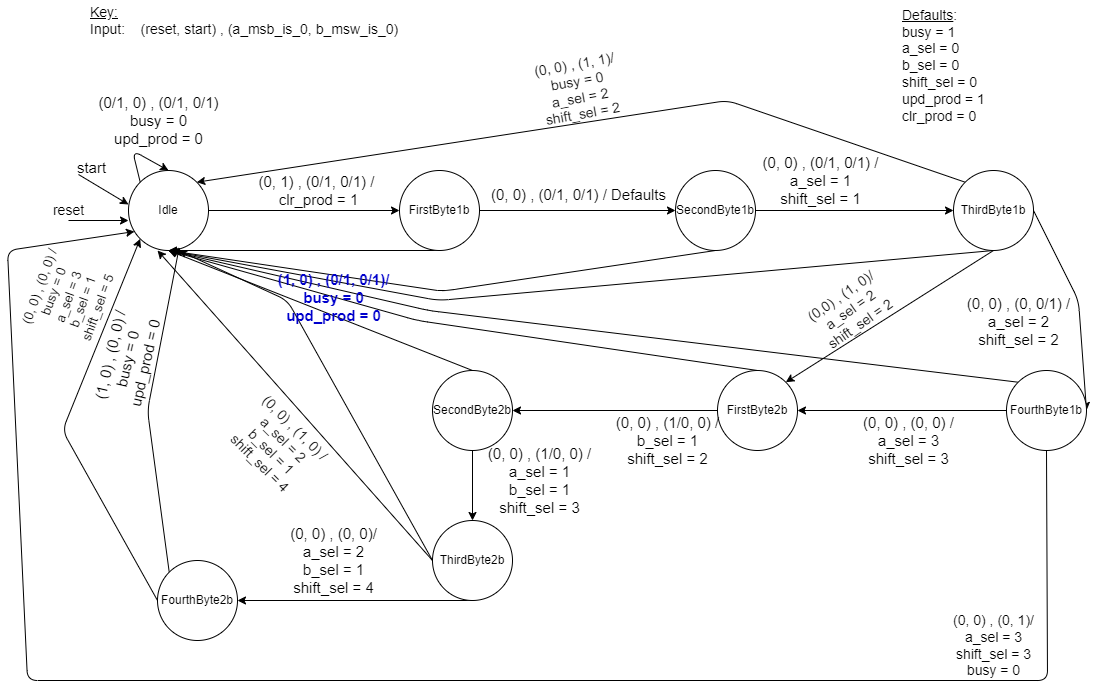
Earlier version of the draw.io export 2.2Diagram.png (s-griffith/DigitalSystemsSimulation2). Source tidied: cells renumbered, new cells last; positions are measured from the earlier drawing's top-left corner, leaving out a move shared by most shapes.
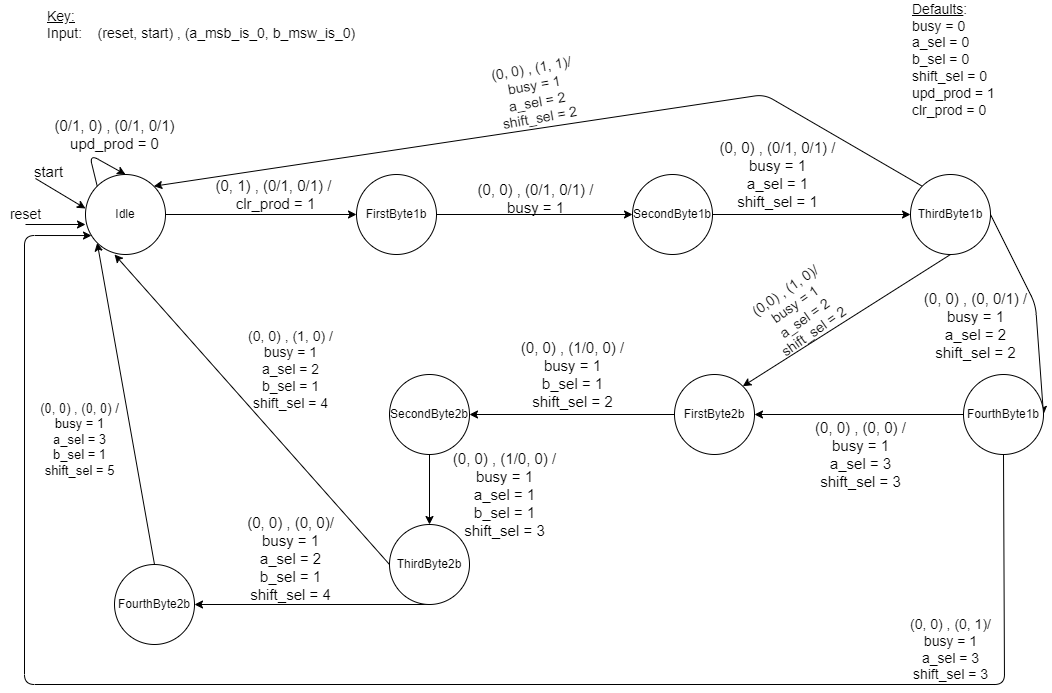
Above is the later version.

Change to the diagram source:
```diff
@@ -8,20 +8,12 @@
     <mxCell id="3" value="Idle" style="ellipse;whiteSpace=wrap;html=1;" parent="1" vertex="1">
       <mxGeometry x="121" y="170" width="80" height="80" as="geometry" />
     </mxCell>
-    <mxCell id="4" style="edgeStyle=none;html=1;exitX=0.5;exitY=1;exitDx=0;exitDy=0;entryX=0.5;entryY=1;entryDx=0;entryDy=0;" parent="1" edge="1" source="6" target="3">
-      <mxGeometry relative="1" as="geometry" />
-    </mxCell>
     <mxCell id="5" style="edgeStyle=none;html=1;exitX=1;exitY=0.5;exitDx=0;exitDy=0;entryX=0;entryY=0.5;entryDx=0;entryDy=0;" parent="1" edge="1" source="6" target="9">
       <mxGeometry relative="1" as="geometry" />
     </mxCell>
     <mxCell id="6" value="FirstByte1b" style="ellipse;whiteSpace=wrap;html=1;" parent="1" vertex="1">
       <mxGeometry x="392" y="170" width="80" height="80" as="geometry" />
     </mxCell>
-    <mxCell id="7" style="edgeStyle=none;html=1;exitX=0.5;exitY=1;exitDx=0;exitDy=0;entryX=0.5;entryY=1;entryDx=0;entryDy=0;startArrow=none;" parent="1" edge="1" target="3">
-      <mxGeometry relative="1" as="geometry">
-        <mxPoint x="430" y="290" as="sourcePoint" />
-      </mxGeometry>
-    </mxCell>
     <mxCell id="8" style="edgeStyle=none;html=1;exitX=1;exitY=0.5;exitDx=0;exitDy=0;entryX=0;entryY=0.5;entryDx=0;entryDy=0;" parent="1" edge="1" source="9" target="14">
       <mxGeometry relative="1" as="geometry" />
     </mxCell>
@@ -35,20 +27,13 @@
         </Array>
       </mxGeometry>
     </mxCell>
-    <mxCell id="11" style="edgeStyle=none;html=1;exitX=0.5;exitY=1;exitDx=0;exitDy=0;entryX=0.5;entryY=1;entryDx=0;entryDy=0;fontSize=15;fontColor=#0000CC;" parent="1" edge="1" source="14" target="3">
-      <mxGeometry relative="1" as="geometry">
-        <Array as="points">
-          <mxPoint x="431" y="300" />
-        </Array>
-      </mxGeometry>
-    </mxCell>
     <mxCell id="12" style="edgeStyle=none;html=1;exitX=0.5;exitY=1;exitDx=0;exitDy=0;entryX=1;entryY=0;entryDx=0;entryDy=0;" parent="1" edge="1" source="14" target="25">
       <mxGeometry relative="1" as="geometry" />
     </mxCell>
     <mxCell id="13" style="edgeStyle=none;html=1;exitX=0;exitY=0;exitDx=0;exitDy=0;entryX=1;entryY=0;entryDx=0;entryDy=0;" parent="1" edge="1" source="14" target="3">
       <mxGeometry relative="1" as="geometry">
         <Array as="points">
-          <mxPoint x="720" y="100" />
+          <mxPoint x="800" y="90" />
         </Array>
       </mxGeometry>
     </mxCell>
@@ -58,36 +43,18 @@
     <mxCell id="15" style="edgeStyle=none;html=1;exitX=0.5;exitY=1;exitDx=0;exitDy=0;" parent="1" edge="1" source="18" target="43">
       <mxGeometry relative="1" as="geometry" />
     </mxCell>
-    <mxCell id="16" style="edgeStyle=none;html=1;exitX=0;exitY=0.5;exitDx=0;exitDy=0;fontSize=15;fontColor=#0000CC;" parent="1" edge="1" source="18">
-      <mxGeometry relative="1" as="geometry">
-        <mxPoint x="171" y="250" as="targetPoint" />
-        <Array as="points">
-          <mxPoint x="280" y="300" />
-        </Array>
-      </mxGeometry>
-    </mxCell>
     <mxCell id="17" style="edgeStyle=none;html=1;exitX=0;exitY=0.5;exitDx=0;exitDy=0;entryX=0.363;entryY=1;entryDx=0;entryDy=0;entryPerimeter=0;" parent="1" edge="1" source="18" target="3">
       <mxGeometry relative="1" as="geometry" />
     </mxCell>
     <mxCell id="18" value="ThirdByte2b" style="ellipse;whiteSpace=wrap;html=1;" parent="1" vertex="1">
       <mxGeometry x="425" y="520" width="80" height="80" as="geometry" />
     </mxCell>
-    <mxCell id="19" style="edgeStyle=none;html=1;exitX=0.5;exitY=0;exitDx=0;exitDy=0;entryX=0.5;entryY=1;entryDx=0;entryDy=0;" parent="1" edge="1" source="21" target="3">
-      <mxGeometry relative="1" as="geometry" />
-    </mxCell>
     <mxCell id="20" style="edgeStyle=none;html=1;exitX=0.5;exitY=1;exitDx=0;exitDy=0;entryX=0.5;entryY=0;entryDx=0;entryDy=0;" parent="1" edge="1" source="21" target="18">
       <mxGeometry relative="1" as="geometry" />
     </mxCell>
     <mxCell id="21" value="SecondByte2b" style="ellipse;whiteSpace=wrap;html=1;" parent="1" vertex="1">
       <mxGeometry x="425" y="370" width="80" height="80" as="geometry" />
     </mxCell>
-    <mxCell id="22" style="edgeStyle=none;html=1;exitX=0.5;exitY=0;exitDx=0;exitDy=0;entryX=0.5;entryY=1;entryDx=0;entryDy=0;" parent="1" edge="1" source="25" target="3">
-      <mxGeometry relative="1" as="geometry">
-        <Array as="points">
-          <mxPoint x="410" y="320" />
-        </Array>
-      </mxGeometry>
-    </mxCell>
     <mxCell id="23" style="edgeStyle=none;html=1;exitX=0;exitY=0.5;exitDx=0;exitDy=0;entryX=1;entryY=0.5;entryDx=0;entryDy=0;" parent="1" edge="1" source="25" target="21">
       <mxGeometry relative="1" as="geometry" />
     </mxCell>
@@ -95,8 +62,8 @@
       <mxGeometry relative="1" as="geometry">
         <Array as="points">
           <mxPoint x="1040" y="680" />
-          <mxPoint x="20" y="680" />
-          <mxPoint y="250" />
+          <mxPoint x="60" y="680" />
+          <mxPoint x="60" y="231" />
         </Array>
       </mxGeometry>
     </mxCell>
@@ -119,82 +86,50 @@
         </Array>
       </mxGeometry>
     </mxCell>
-    <mxCell id="29" value="(0/1, 0) , (0/1, 0/1)&lt;br&gt;busy = 0&lt;br&gt;upd_prod = 0" style="text;html=1;align=center;verticalAlign=middle;strokeColor=none;fillColor=none;fontSize=15;" parent="1" vertex="1">
-      <mxGeometry x="81" y="90" width="140" height="60" as="geometry" />
+    <mxCell id="29" value="(0/1, 0) , (0/1, 0/1)&lt;br&gt;upd_prod = 0" style="text;html=1;align=center;verticalAlign=middle;strokeColor=none;fillColor=none;fontSize=15;" parent="1" vertex="1">
+      <mxGeometry x="80" y="110" width="140" height="40" as="geometry" />
     </mxCell>
     <mxCell id="30" value="(0, 1) , (0/1, 0/1) /&amp;nbsp;&lt;br&gt;clr_prod = 1" style="text;html=1;align=center;verticalAlign=middle;strokeColor=none;fillColor=none;fontSize=15;" parent="1" vertex="1">
       <mxGeometry x="241" y="170" width="140" height="40" as="geometry" />
     </mxCell>
-    <mxCell id="31" value="(0, 0) , (0/1, 0/1) / Defaults" style="text;html=1;align=center;verticalAlign=middle;strokeColor=none;fillColor=none;fontSize=15;" parent="1" vertex="1">
-      <mxGeometry x="476" y="184" width="190" height="20" as="geometry" />
+    <mxCell id="31" value="(0, 0) , (0/1, 0/1) /&lt;br&gt;busy = 1" style="text;html=1;align=center;verticalAlign=middle;strokeColor=none;fillColor=none;fontSize=15;" parent="1" vertex="1">
+      <mxGeometry x="506" y="174" width="130" height="40" as="geometry" />
     </mxCell>
-    <mxCell id="32" value="(0, 0) , (0/1, 0/1) /&lt;br&gt;a_sel = 1&lt;br&gt;shift_sel = 1" style="text;html=1;align=center;verticalAlign=middle;strokeColor=none;fillColor=none;fontSize=15;" parent="1" vertex="1">
-      <mxGeometry x="748" y="150" width="130" height="60" as="geometry" />
+    <mxCell id="32" value="(0, 0) , (0/1, 0/1) /&lt;br&gt;busy = 1&lt;br&gt;a_sel = 1&lt;br&gt;shift_sel = 1" style="text;html=1;align=center;verticalAlign=middle;strokeColor=none;fillColor=none;fontSize=15;" parent="1" vertex="1">
+      <mxGeometry x="748" y="130" width="130" height="80" as="geometry" />
     </mxCell>
-    <mxCell id="33" style="edgeStyle=none;html=1;exitX=0.5;exitY=1;exitDx=0;exitDy=0;entryX=0.5;entryY=1;entryDx=0;entryDy=0;endArrow=none;" parent="1" edge="1" source="9">
-      <mxGeometry relative="1" as="geometry">
-        <mxPoint x="430" y="290" as="targetPoint" />
-        <Array as="points">
-          <mxPoint x="440" y="290" />
-        </Array>
-      </mxGeometry>
-    </mxCell>
     <mxCell id="34" style="edgeStyle=none;html=1;exitX=0;exitY=0.5;exitDx=0;exitDy=0;entryX=1;entryY=0.5;entryDx=0;entryDy=0;" parent="1" edge="1" source="36" target="25">
       <mxGeometry relative="1" as="geometry" />
     </mxCell>
-    <mxCell id="35" style="edgeStyle=none;html=1;exitX=0;exitY=0;exitDx=0;exitDy=0;entryX=0.5;entryY=1;entryDx=0;entryDy=0;fontSize=15;fontColor=#0000CC;" parent="1" edge="1" source="36" target="3">
-      <mxGeometry relative="1" as="geometry">
-        <Array as="points">
-          <mxPoint x="421" y="310" />
-        </Array>
-      </mxGeometry>
-    </mxCell>
     <mxCell id="36" value="FourthByte1b" style="ellipse;whiteSpace=wrap;html=1;" parent="1" vertex="1">
       <mxGeometry x="999" y="370" width="80" height="80" as="geometry" />
     </mxCell>
-    <mxCell id="37" value="(0, 0) , (0, 0/1) /&lt;br&gt;a_sel = 2&lt;br&gt;shift_sel = 2" style="text;html=1;align=center;verticalAlign=middle;strokeColor=none;fillColor=none;fontSize=15;" parent="1" vertex="1">
-      <mxGeometry x="951" y="291" width="120" height="60" as="geometry" />
+    <mxCell id="37" value="(0, 0) , (0, 0/1) /&lt;br&gt;busy = 1&lt;br&gt;a_sel = 2&lt;br&gt;shift_sel = 2" style="text;html=1;align=center;verticalAlign=middle;strokeColor=none;fillColor=none;fontSize=15;" parent="1" vertex="1">
+      <mxGeometry x="951" y="281" width="120" height="80" as="geometry" />
     </mxCell>
-    <mxCell id="38" value="(0, 0) , (0, 0) /&lt;br&gt;a_sel = 3&lt;br&gt;shift_sel = 3" style="text;html=1;align=center;verticalAlign=middle;strokeColor=none;fillColor=none;fontSize=15;" parent="1" vertex="1">
-      <mxGeometry x="846" y="410" width="110" height="60" as="geometry" />
+    <mxCell id="38" value="(0, 0) , (0, 0) /&lt;br&gt;busy = 1&lt;br&gt;a_sel = 3&lt;br&gt;shift_sel = 3" style="text;html=1;align=center;verticalAlign=middle;strokeColor=none;fillColor=none;fontSize=15;" parent="1" vertex="1">
+      <mxGeometry x="841" y="410" width="110" height="80" as="geometry" />
     </mxCell>
-    <mxCell id="39" value="(0, 0) , (1/0, 0) /&lt;br&gt;b_sel = 1&lt;br&gt;shift_sel = 2" style="text;html=1;align=center;verticalAlign=middle;strokeColor=none;fillColor=none;fontSize=15;" parent="1" vertex="1">
-      <mxGeometry x="600" y="410" width="120" height="60" as="geometry" />
+    <mxCell id="39" value="(0, 0) , (1/0, 0) /&lt;br&gt;busy = 1&lt;br&gt;b_sel = 1&lt;br&gt;shift_sel = 2" style="text;html=1;align=center;verticalAlign=middle;strokeColor=none;fillColor=none;fontSize=15;" parent="1" vertex="1">
+      <mxGeometry x="548" y="330" width="120" height="80" as="geometry" />
     </mxCell>
-    <mxCell id="40" value="(0, 0) , (1/0, 0) /&lt;br&gt;a_sel = 1&lt;br&gt;b_sel = 1&lt;br&gt;shift_sel = 3" style="text;html=1;align=center;verticalAlign=middle;strokeColor=none;fillColor=none;fontSize=15;" parent="1" vertex="1">
-      <mxGeometry x="472" y="440" width="120" height="80" as="geometry" />
+    <mxCell id="40" value="(0, 0) , (1/0, 0) /&lt;br&gt;busy = 1&lt;br&gt;a_sel = 1&lt;br&gt;b_sel = 1&lt;br&gt;shift_sel = 3" style="text;html=1;align=center;verticalAlign=middle;strokeColor=none;fillColor=none;fontSize=15;" parent="1" vertex="1">
+      <mxGeometry x="480" y="440" width="120" height="100" as="geometry" />
     </mxCell>
-    <mxCell id="41" style="edgeStyle=none;html=1;exitX=0;exitY=0;exitDx=0;exitDy=0;entryX=0.635;entryY=0.957;entryDx=0;entryDy=0;entryPerimeter=0;" parent="1" edge="1" source="43" target="3">
-      <mxGeometry relative="1" as="geometry">
-        <Array as="points">
-          <mxPoint x="140" y="410" />
-        </Array>
-      </mxGeometry>
-    </mxCell>
-    <mxCell id="42" style="edgeStyle=none;html=1;exitX=0;exitY=0.5;exitDx=0;exitDy=0;entryX=0;entryY=1;entryDx=0;entryDy=0;" parent="1" edge="1" source="43" target="3">
-      <mxGeometry relative="1" as="geometry">
-        <Array as="points">
-          <mxPoint x="55" y="430" />
-        </Array>
-      </mxGeometry>
+    <mxCell id="42" style="edgeStyle=none;html=1;exitX=0.5;exitY=0;exitDx=0;exitDy=0;entryX=0;entryY=1;entryDx=0;entryDy=0;" parent="1" edge="1" source="43" target="3">
+      <mxGeometry relative="1" as="geometry" />
     </mxCell>
     <mxCell id="43" value="FourthByte2b" style="ellipse;whiteSpace=wrap;html=1;" parent="1" vertex="1">
       <mxGeometry x="150" y="560" width="80" height="80" as="geometry" />
     </mxCell>
-    <mxCell id="44" value="(0, 0) , (0, 0)/&lt;br&gt;a_sel = 2&lt;br&gt;b_sel = 1&lt;br&gt;shift_sel = 4" style="text;html=1;align=center;verticalAlign=middle;strokeColor=none;fillColor=none;fontSize=15;" parent="1" vertex="1">
-      <mxGeometry x="276" y="520" width="100" height="80" as="geometry" />
+    <mxCell id="44" value="(0, 0) , (0, 0)/&lt;br&gt;busy = 1&lt;br&gt;a_sel = 2&lt;br&gt;b_sel = 1&lt;br&gt;shift_sel = 4" style="text;html=1;align=center;verticalAlign=middle;strokeColor=none;fillColor=none;fontSize=15;" parent="1" vertex="1">
+      <mxGeometry x="276" y="504" width="100" height="100" as="geometry" />
     </mxCell>
-    <mxCell id="45" value="(0, 0) , (0, 0) /&lt;br style=&quot;font-size: 13px;&quot;&gt;busy = 0&lt;br style=&quot;font-size: 13px;&quot;&gt;a_sel = 3&lt;br style=&quot;font-size: 13px;&quot;&gt;b_sel = 1&lt;br style=&quot;font-size: 13px;&quot;&gt;shift_sel = 5" style="text;html=1;align=center;verticalAlign=middle;strokeColor=none;fillColor=none;rotation=-70;fontSize=13;" parent="1" vertex="1">
-      <mxGeometry x="16" y="252" width="90" height="90" as="geometry" />
+    <mxCell id="45" value="(0, 0) , (0, 0) /&lt;br style=&quot;font-size: 13px&quot;&gt;busy = 1&lt;br style=&quot;font-size: 13px&quot;&gt;a_sel = 3&lt;br style=&quot;font-size: 13px&quot;&gt;b_sel = 1&lt;br style=&quot;font-size: 13px&quot;&gt;shift_sel = 5" style="text;html=1;align=center;verticalAlign=middle;strokeColor=none;fillColor=none;rotation=0;fontSize=13;" parent="1" vertex="1">
+      <mxGeometry x="70" y="390" width="90" height="90" as="geometry" />
     </mxCell>
-    <mxCell id="46" value="(1, 0) , (0, 0) /&lt;br&gt;busy = 0&lt;br&gt;upd_prod = 0" style="text;html=1;align=center;verticalAlign=middle;strokeColor=none;fillColor=none;rotation=283;fontSize=15;" parent="1" vertex="1">
-      <mxGeometry x="65" y="329" width="110" height="60" as="geometry" />
-    </mxCell>
-    <mxCell id="47" value="(1, 0) , (0/1, 0/1)/&lt;br&gt;busy = 0&lt;br&gt;upd_prod = 0" style="text;html=1;align=center;verticalAlign=middle;strokeColor=none;fontColor=#0000CC;fontStyle=1;fontSize=15;" parent="1" vertex="1">
-      <mxGeometry x="261" y="267" width="130" height="60" as="geometry" />
-    </mxCell>
-    <mxCell id="48" value="&lt;font style=&quot;font-size: 14px&quot;&gt;&lt;u&gt;Defaults&lt;/u&gt;:&lt;br&gt;busy = 1&lt;br&gt;a_sel = 0&lt;br&gt;b_sel = 0&lt;br&gt;shift_sel = 0&lt;br&gt;upd_prod = 1&lt;br&gt;clr_prod = 0&lt;/font&gt;" style="text;html=1;align=left;verticalAlign=middle;strokeColor=none;fillColor=none;" parent="1" vertex="1">
-      <mxGeometry x="893" y="10" width="100" height="110" as="geometry" />
+    <mxCell id="48" value="&lt;font style=&quot;font-size: 14px&quot;&gt;&lt;u&gt;Defaults&lt;/u&gt;:&lt;br&gt;busy = 0&lt;br&gt;a_sel = 0&lt;br&gt;b_sel = 0&lt;br&gt;shift_sel = 0&lt;br&gt;upd_prod = 1&lt;br&gt;clr_prod = 0&lt;/font&gt;" style="text;html=1;align=left;verticalAlign=middle;strokeColor=none;fillColor=none;" parent="1" vertex="1">
+      <mxGeometry x="946" width="100" height="110" as="geometry" />
     </mxCell>
     <mxCell id="49" value="&lt;u&gt;Key:&lt;/u&gt;&lt;br&gt;&lt;div&gt;&lt;span&gt;Input:&amp;nbsp; &amp;nbsp; (reset, start) , (a_msb_is_0, b_msw_is_0)&lt;/span&gt;&lt;/div&gt;" style="text;html=1;align=left;verticalAlign=middle;strokeColor=none;fillColor=none;fontSize=14;" parent="1" vertex="1">
       <mxGeometry x="81" width="320" height="40" as="geometry" />
@@ -208,17 +143,17 @@
     <mxCell id="51" value="reset" style="text;html=1;align=center;verticalAlign=middle;strokeColor=none;fillColor=none;fontSize=14;" parent="1" vertex="1">
       <mxGeometry x="36" y="200" width="50" height="20" as="geometry" />
     </mxCell>
-    <mxCell id="52" value="(0, 0) , (0, 1)/&lt;br style=&quot;font-size: 14px&quot;&gt;a_sel = 3&lt;br style=&quot;font-size: 14px&quot;&gt;shift_sel = 3&lt;br style=&quot;font-size: 14px&quot;&gt;busy = 0" style="text;html=1;align=center;verticalAlign=middle;strokeColor=none;fillColor=none;fontSize=14;" parent="1" vertex="1">
+    <mxCell id="52" value="(0, 0) , (0, 1)/&lt;br style=&quot;font-size: 14px&quot;&gt;busy = 1&lt;br&gt;a_sel = 3&lt;br style=&quot;font-size: 14px&quot;&gt;shift_sel = 3" style="text;html=1;align=center;verticalAlign=middle;strokeColor=none;fillColor=none;fontSize=14;" parent="1" vertex="1">
       <mxGeometry x="936" y="610" width="100" height="70" as="geometry" />
     </mxCell>
-    <mxCell id="53" value="(0,0) , (1, 0)/&lt;br style=&quot;font-size: 14px;&quot;&gt;a_sel = 2&lt;br style=&quot;font-size: 14px;&quot;&gt;shift_sel = 2" style="text;html=1;align=center;verticalAlign=middle;strokeColor=none;fillColor=none;rotation=-35;fontSize=14;" parent="1" vertex="1">
-      <mxGeometry x="798" y="280" width="90" height="60" as="geometry" />
+    <mxCell id="53" value="(0,0) , (1, 0)/&lt;br&gt;busy = 1&lt;br style=&quot;font-size: 14px&quot;&gt;a_sel = 2&lt;br style=&quot;font-size: 14px&quot;&gt;shift_sel = 2" style="text;html=1;align=center;verticalAlign=middle;strokeColor=none;fillColor=none;rotation=-35;fontSize=14;" parent="1" vertex="1">
+      <mxGeometry x="790" y="272" width="90" height="70" as="geometry" />
     </mxCell>
-    <mxCell id="54" value="(0, 0) , (1, 1)/&lt;br style=&quot;font-size: 14px;&quot;&gt;busy = 0&lt;br style=&quot;font-size: 14px;&quot;&gt;a_sel = 2&lt;br style=&quot;font-size: 14px;&quot;&gt;shift_sel = 2" style="text;html=1;align=center;verticalAlign=middle;strokeColor=none;fillColor=none;rotation=350;fontSize=14;" parent="1" vertex="1">
+    <mxCell id="54" value="(0, 0) , (1, 1)/&lt;br style=&quot;font-size: 14px&quot;&gt;busy = 1&lt;br style=&quot;font-size: 14px&quot;&gt;a_sel = 2&lt;br style=&quot;font-size: 14px&quot;&gt;shift_sel = 2" style="text;html=1;align=center;verticalAlign=middle;strokeColor=none;fillColor=none;rotation=350;fontSize=14;" parent="1" vertex="1">
       <mxGeometry x="521" y="54" width="100" height="70" as="geometry" />
     </mxCell>
-    <mxCell id="55" value="(0, 0) , (1, 0) /&lt;br style=&quot;font-size: 14px;&quot;&gt;a_sel = 2&lt;br style=&quot;font-size: 14px;&quot;&gt;b_sel = 1&lt;br style=&quot;font-size: 14px;&quot;&gt;shift_sel = 4" style="text;html=1;align=center;verticalAlign=middle;strokeColor=none;fillColor=none;fontSize=14;rotation=45;" parent="1" vertex="1">
-      <mxGeometry x="220" y="410" width="100" height="70" as="geometry" />
+    <mxCell id="55" value="(0, 0) , (1, 0) /&lt;br style=&quot;font-size: 14px&quot;&gt;busy = 1&lt;br&gt;a_sel = 2&lt;br style=&quot;font-size: 14px&quot;&gt;b_sel = 1&lt;br style=&quot;font-size: 14px&quot;&gt;shift_sel = 4" style="text;html=1;align=center;verticalAlign=middle;strokeColor=none;fillColor=none;fontSize=14;rotation=0;" parent="1" vertex="1">
+      <mxGeometry x="276" y="320" width="100" height="90" as="geometry" />
     </mxCell>
   </root>
 </mxGraphModel>
```
